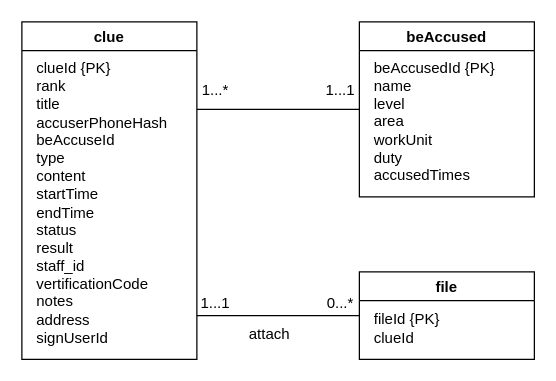
The draw.io diagram tem.drawio in jiang-111/crispy-parakeet, before the edit. Source tidied: cells renumbered, new cells numbered last; positions are measured from the earlier drawing's top-left corner, leaving out a move shared by most shapes. Both pictures are drawn from the tidied source at 125%, with x=0, y=0 at pixel (21, 21).
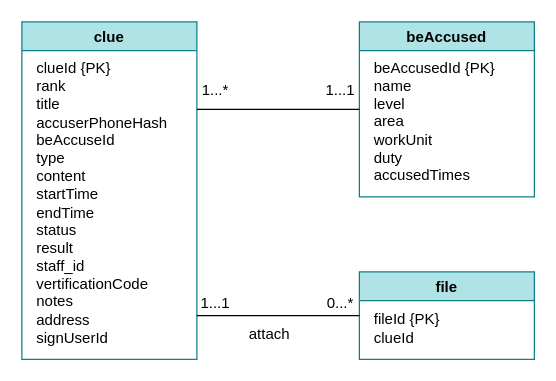
The same page after the edit.

Diff of the diagram source:
```diff
@@
 <mxGraphModel>
   <root>
     <mxCell id="0" />
     <mxCell id="1" parent="0" />
-    <mxCell id="2" value="clue" style="swimlane;" parent="1" vertex="1">
+    <mxCell id="2" value="clue" style="swimlane;fillColor=#b0e3e6;strokeColor=#0e8088;" parent="1" vertex="1">
       <mxGeometry width="140" height="270" as="geometry" />
     </mxCell>
     <mxCell id="3" value="clueId {PK}&lt;br&gt;rank&lt;br&gt;&lt;div style=&quot;&quot;&gt;title&lt;/div&gt;&lt;div style=&quot;&quot;&gt;accuserPhoneHash&lt;/div&gt;&lt;div style=&quot;&quot;&gt;beAccuseId&lt;/div&gt;&lt;div style=&quot;&quot;&gt;type&lt;/div&gt;&lt;div style=&quot;&quot;&gt;content&lt;/div&gt;&lt;div style=&quot;&quot;&gt;startTime&lt;/div&gt;&lt;div style=&quot;&quot;&gt;endTime&lt;/div&gt;&lt;div style=&quot;&quot;&gt;status&lt;/div&gt;&lt;div style=&quot;&quot;&gt;result&lt;/div&gt;&lt;div style=&quot;&quot;&gt;staff_id&lt;/div&gt;&lt;div style=&quot;&quot;&gt;vertificationCode&lt;/div&gt;&lt;div style=&quot;&quot;&gt;notes&lt;/div&gt;&lt;div style=&quot;&quot;&gt;address&lt;/div&gt;&lt;div style=&quot;&quot;&gt;signUserId&lt;/div&gt;" style="text;html=1;align=left;verticalAlign=middle;strokeColor=none;fillColor=none;" parent="2" vertex="1">
       <mxGeometry x="10" y="30" width="120" height="230" as="geometry" />
     </mxCell>
-    <mxCell id="4" value="file" style="swimlane;" parent="1" vertex="1">
+    <mxCell id="4" value="file" style="swimlane;fillColor=#b0e3e6;strokeColor=#0e8088;" parent="1" vertex="1">
       <mxGeometry x="270" y="200" width="140" height="70" as="geometry" />
     </mxCell>
     <mxCell id="5" value="fileId {PK}&lt;br&gt;clueId" style="text;html=1;align=left;verticalAlign=middle;strokeColor=none;fillColor=none;" parent="4" vertex="1">
       <mxGeometry x="10" y="30" width="70" height="30" as="geometry" />
     </mxCell>
-    <mxCell id="6" value="beAccused" style="swimlane;" parent="1" vertex="1">
+    <mxCell id="6" value="beAccused" style="swimlane;fillColor=#b0e3e6;strokeColor=#0e8088;" parent="1" vertex="1">
       <mxGeometry x="270" width="140" height="140" as="geometry" />
     </mxCell>
-    <mxCell id="7" value="&lt;span style=&quot;&quot;&gt;beAccusedId {PK}&lt;/span&gt;&lt;br style=&quot;&quot;&gt;&lt;span style=&quot;&quot;&gt;name&lt;/span&gt;&lt;br style=&quot;&quot;&gt;&lt;span style=&quot;&quot;&gt;level&lt;/span&gt;&lt;br style=&quot;&quot;&gt;&lt;span style=&quot;&quot;&gt;area&lt;/span&gt;&lt;br style=&quot;&quot;&gt;&lt;span style=&quot;&quot;&gt;workUnit&lt;br&gt;duty&lt;br&gt;accusedTimes&lt;br&gt;&lt;/span&gt;" style="text;html=1;align=left;verticalAlign=middle;strokeColor=none;fillColor=none;" parent="6" vertex="1">
+    <mxCell id="7" value="&lt;span style=&quot;&quot;&gt;beAccusedId {PK}&lt;/span&gt;&lt;br style=&quot;&quot;&gt;&lt;span style=&quot;&quot;&gt;name&lt;/span&gt;&lt;br style=&quot;&quot;&gt;&lt;span style=&quot;&quot;&gt;level&lt;/span&gt;&lt;br style=&quot;&quot;&gt;&lt;span style=&quot;&quot;&gt;area&lt;/span&gt;&lt;br style=&quot;&quot;&gt;&lt;span style=&quot;&quot;&gt;workUnit&lt;br&gt;duty&lt;br&gt;accusedTimes&lt;br&gt;&lt;/span&gt;" style="text;html=1;align=left;verticalAlign=middle;" parent="6" vertex="1">
       <mxGeometry x="10" y="30" width="110" height="100" as="geometry" />
     </mxCell>
     <mxCell id="8" style="endArrow=none;html=1;rounded=0;elbow=vertical;entryX=0;entryY=0.5;entryDx=0;entryDy=0;" parent="1" edge="1" target="6">
       <mxGeometry relative="1" as="geometry">
         <mxPoint x="140" y="70" as="sourcePoint" />
       </mxGeometry>
     </mxCell>
     <mxCell id="9" value="1...1" style="text;html=1;strokeColor=none;fillColor=none;align=center;verticalAlign=middle;whiteSpace=wrap;rounded=0;" parent="1" vertex="1">
       <mxGeometry x="238" y="50" width="34" height="10" as="geometry" />
     </mxCell>
     <mxCell id="10" value="1...*" style="text;html=1;strokeColor=none;fillColor=none;align=center;verticalAlign=middle;whiteSpace=wrap;rounded=0;" parent="1" vertex="1">
       <mxGeometry x="140" y="50" width="30" height="10" as="geometry" />
     </mxCell>
     <mxCell id="11" style="endArrow=none;html=1;rounded=0;elbow=vertical;entryX=0;entryY=0.5;entryDx=0;entryDy=0;" parent="1" edge="1" target="4">
       <mxGeometry relative="1" as="geometry">
         <mxPoint x="140" y="235" as="sourcePoint" />
       </mxGeometry>
     </mxCell>
     <mxCell id="12" value="1...1" style="text;html=1;strokeColor=none;fillColor=none;align=center;verticalAlign=middle;whiteSpace=wrap;rounded=0;" parent="1" vertex="1">
       <mxGeometry x="140" y="220" width="30" height="10" as="geometry" />
     </mxCell>
     <mxCell id="13" value="0...*" style="text;html=1;strokeColor=none;fillColor=none;align=center;verticalAlign=middle;whiteSpace=wrap;rounded=0;" parent="1" vertex="1">
       <mxGeometry x="240" y="220" width="30" height="10" as="geometry" />
     </mxCell>
     <mxCell id="14" value="attach&amp;nbsp;" style="text;html=1;strokeColor=none;fillColor=none;align=center;verticalAlign=middle;whiteSpace=wrap;rounded=0;" parent="1" vertex="1">
       <mxGeometry x="170" y="240" width="60" height="20" as="geometry" />
     </mxCell>
   </root>
 </mxGraphModel>
```
